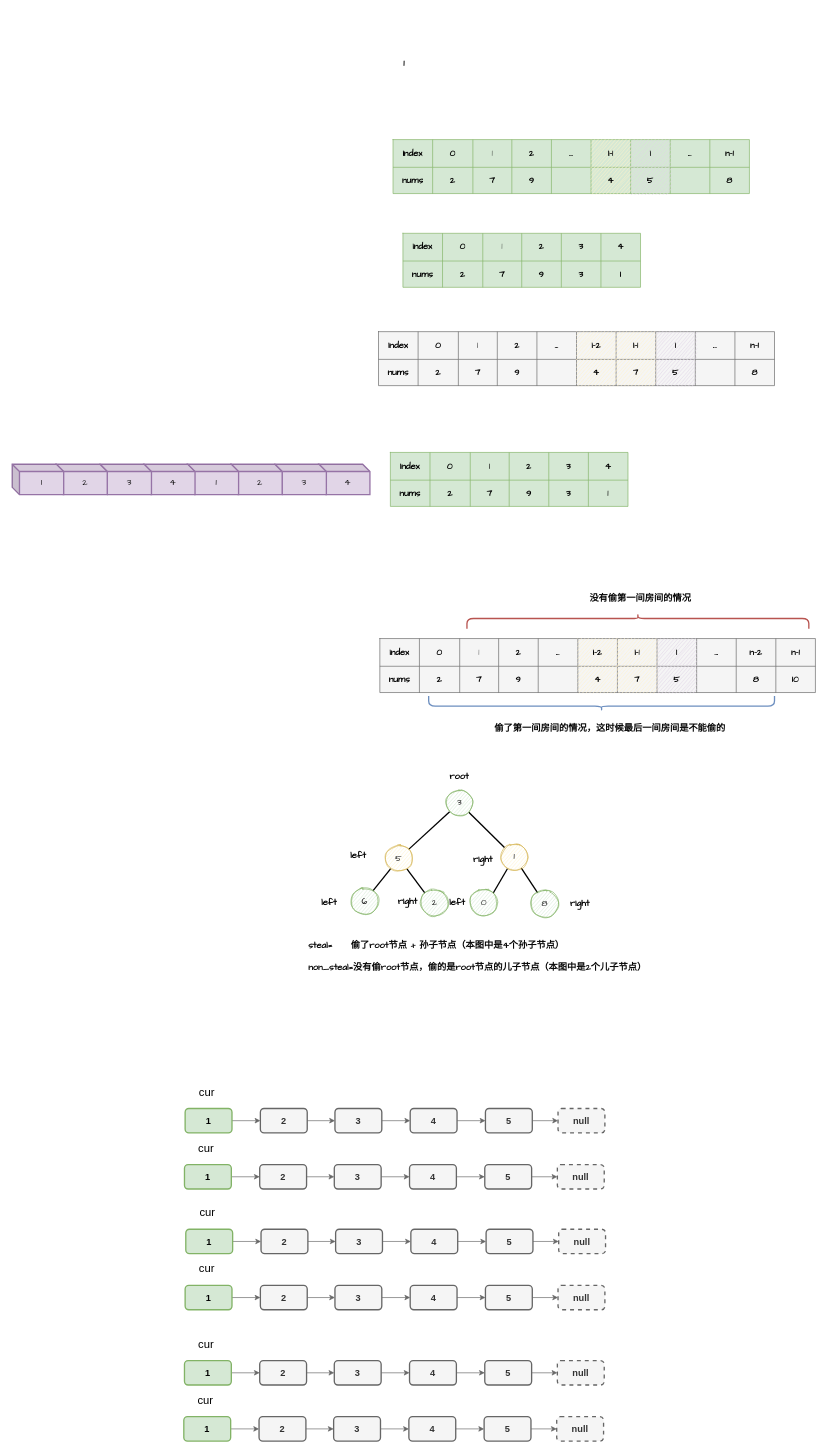
This is page "第 3 页" (3 of 3) of src/main/leetcode_manuscripts/draw_io/leetcode_A.drawio from wat1r/geek-algorithm-leetcode, a draw.io file, before an edit. Source tidied: cells renumbered, new cells numbered last; positions are measured from the earlier drawing's top-left corner, leaving out a move shared by most shapes. Both pictures are drawn from the tidied source at 66%, with x=0, y=0 at pixel (12, 11).
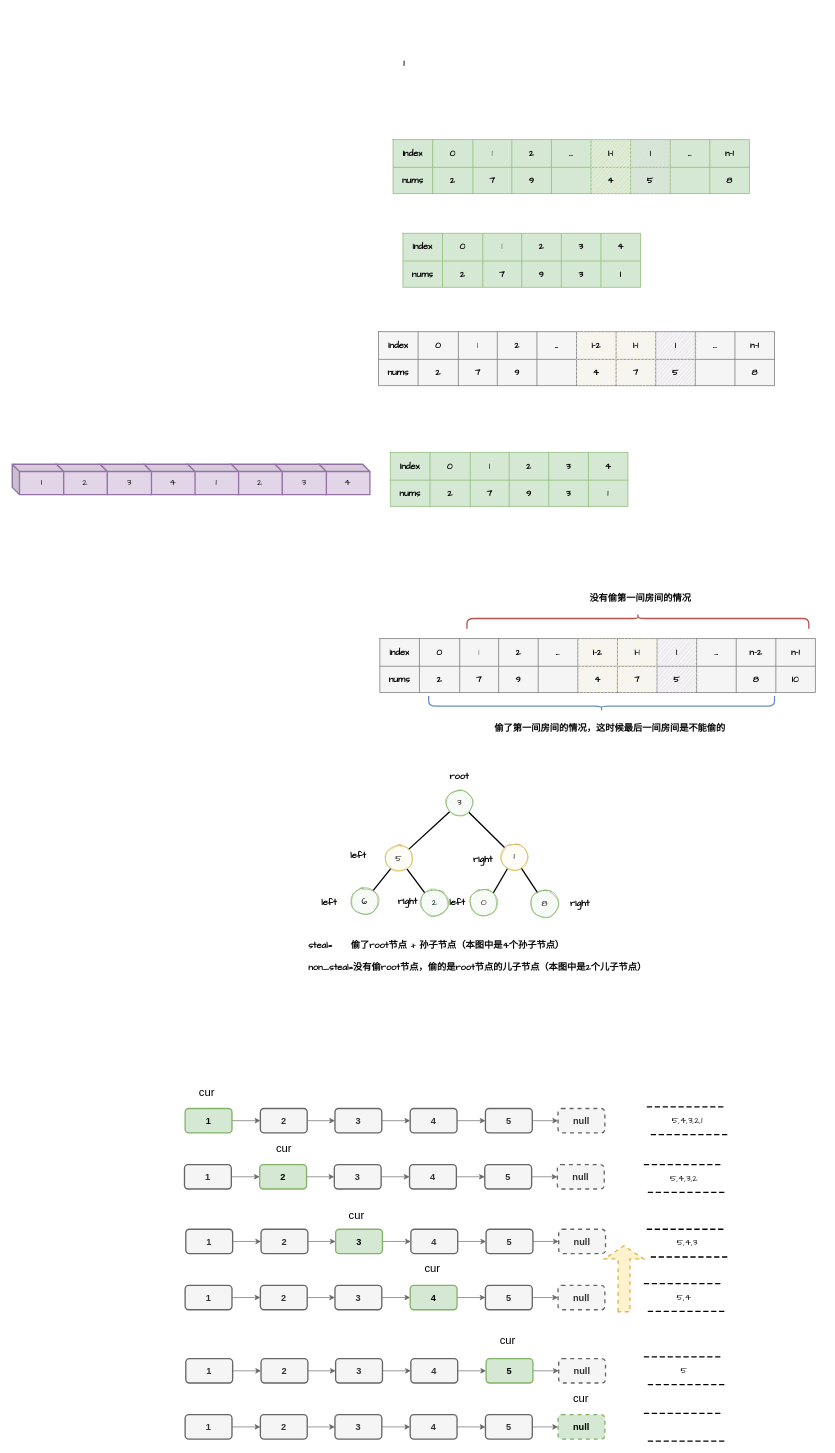
After the change.

Diff of the diagram source:
```diff
@@
-    <mxCell id="147" value="1" style="rounded=1;whiteSpace=wrap;html=1;fontSize=14;fontStyle=1;fontFamily=Helvetica;strokeWidth=2;fillColor=#d5e8d4;strokeColor=#82b366;" parent="1" vertex="1">
+    <mxCell id="147" value="1" style="rounded=1;whiteSpace=wrap;html=1;fontSize=14;fontStyle=1;fontFamily=Helvetica;strokeWidth=2;fillColor=#f5f5f5;strokeColor=#666666;fontColor=#333333;" parent="1" vertex="1">
       <mxGeometry x="261" y="1747" width="71" height="37" as="geometry" />
     </mxCell>
@@
-    <mxCell id="149" value="2" style="rounded=1;whiteSpace=wrap;html=1;fontSize=14;fontStyle=1;fontFamily=Helvetica;strokeWidth=2;fillColor=#f5f5f5;strokeColor=#666666;fontColor=#333333;" parent="1" vertex="1">
+    <mxCell id="149" value="2" style="rounded=1;whiteSpace=wrap;html=1;fontSize=14;fontStyle=1;fontFamily=Helvetica;strokeWidth=2;fillColor=#d5e8d4;strokeColor=#82b366;" parent="1" vertex="1">
       <mxGeometry x="375" y="1747" width="71" height="37" as="geometry" />
     </mxCell>
@@
     <mxCell id="155" value="cur" style="text;html=1;strokeColor=none;fillColor=none;align=center;verticalAlign=middle;whiteSpace=wrap;rounded=0;fontFamily=Helvetica;fontSize=17;" parent="1" vertex="1">
-      <mxGeometry x="274" y="1713" width="40" height="20" as="geometry" />
+      <mxGeometry x="391.5" y="1713" width="40" height="20" as="geometry" />
     </mxCell>
@@
-    <mxCell id="160" value="1" style="rounded=1;whiteSpace=wrap;html=1;fontSize=14;fontStyle=1;fontFamily=Helvetica;strokeWidth=2;fillColor=#d5e8d4;strokeColor=#82b366;" parent="1" vertex="1">
+    <mxCell id="160" value="1" style="rounded=1;whiteSpace=wrap;html=1;fontSize=14;fontStyle=1;fontFamily=Helvetica;strokeWidth=2;fillColor=#f5f5f5;strokeColor=#666666;fontColor=#333333;" parent="1" vertex="1">
       <mxGeometry x="263" y="1845" width="71" height="37" as="geometry" />
     </mxCell>
@@
-    <mxCell id="164" value="3" style="rounded=1;whiteSpace=wrap;html=1;fontSize=14;fontStyle=1;fontFamily=Helvetica;strokeWidth=2;fillColor=#f5f5f5;strokeColor=#666666;fontColor=#333333;" parent="1" vertex="1">
+    <mxCell id="164" value="3" style="rounded=1;whiteSpace=wrap;html=1;fontSize=14;fontStyle=1;fontFamily=Helvetica;strokeWidth=2;fillColor=#d5e8d4;strokeColor=#82b366;" parent="1" vertex="1">
       <mxGeometry x="490" y="1845" width="71" height="37" as="geometry" />
     </mxCell>
@@
     <mxCell id="169" value="cur" style="text;html=1;strokeColor=none;fillColor=none;align=center;verticalAlign=middle;whiteSpace=wrap;rounded=0;fontFamily=Helvetica;fontSize=17;" parent="1" vertex="1">
-      <mxGeometry x="276" y="1811" width="40" height="20" as="geometry" />
+      <mxGeometry x="502" y="1815" width="40" height="20" as="geometry" />
     </mxCell>
@@
-    <mxCell id="171" value="1" style="rounded=1;whiteSpace=wrap;html=1;fontSize=14;fontStyle=1;fontFamily=Helvetica;strokeWidth=2;fillColor=#d5e8d4;strokeColor=#82b366;" parent="1" vertex="1">
+    <mxCell id="171" value="1" style="rounded=1;whiteSpace=wrap;html=1;fontSize=14;fontStyle=1;fontFamily=Helvetica;strokeWidth=2;fillColor=#f5f5f5;strokeColor=#666666;fontColor=#333333;" parent="1" vertex="1">
       <mxGeometry x="262" y="1930" width="71" height="37" as="geometry" />
     </mxCell>
@@
-    <mxCell id="177" value="4" style="rounded=1;whiteSpace=wrap;html=1;fontSize=14;fontStyle=1;fontFamily=Helvetica;strokeWidth=2;fillColor=#f5f5f5;strokeColor=#666666;fontColor=#333333;" parent="1" vertex="1">
+    <mxCell id="177" value="4" style="rounded=1;whiteSpace=wrap;html=1;fontSize=14;fontStyle=1;fontFamily=Helvetica;strokeWidth=2;fillColor=#d5e8d4;strokeColor=#82b366;" parent="1" vertex="1">
       <mxGeometry x="603" y="1930" width="71" height="37" as="geometry" />
     </mxCell>
@@
     <mxCell id="179" value="cur" style="text;html=1;strokeColor=none;fillColor=none;align=center;verticalAlign=middle;whiteSpace=wrap;rounded=0;fontFamily=Helvetica;fontSize=17;" parent="1" vertex="1">
-      <mxGeometry x="275" y="1896" width="40" height="20" as="geometry" />
+      <mxGeometry x="616.5" y="1896" width="40" height="20" as="geometry" />
     </mxCell>
@@
-    <mxCell id="184" value="1" style="rounded=1;whiteSpace=wrap;html=1;fontSize=14;fontStyle=1;fontFamily=Helvetica;strokeWidth=2;fillColor=#d5e8d4;strokeColor=#82b366;" parent="1" vertex="1">
-      <mxGeometry x="261" y="2044" width="71" height="37" as="geometry" />
+    <mxCell id="184" value="1" style="rounded=1;whiteSpace=wrap;html=1;fontSize=14;fontStyle=1;fontFamily=Helvetica;strokeWidth=2;fillColor=#f5f5f5;strokeColor=#666666;fontColor=#333333;" parent="1" vertex="1">
+      <mxGeometry x="263" y="2041" width="71" height="37" as="geometry" />
     </mxCell>
@@
     <mxCell id="186" value="2" style="rounded=1;whiteSpace=wrap;html=1;fontSize=14;fontStyle=1;fontFamily=Helvetica;strokeWidth=2;fillColor=#f5f5f5;strokeColor=#666666;fontColor=#333333;" parent="1" vertex="1">
-      <mxGeometry x="375" y="2044" width="71" height="37" as="geometry" />
+      <mxGeometry x="377" y="2041" width="71" height="37" as="geometry" />
     </mxCell>
@@
     <mxCell id="188" value="3" style="rounded=1;whiteSpace=wrap;html=1;fontSize=14;fontStyle=1;fontFamily=Helvetica;strokeWidth=2;fillColor=#f5f5f5;strokeColor=#666666;fontColor=#333333;" parent="1" vertex="1">
-      <mxGeometry x="488" y="2044" width="71" height="37" as="geometry" />
+      <mxGeometry x="490" y="2041" width="71" height="37" as="geometry" />
     </mxCell>
@@
     <mxCell id="190" value="4" style="rounded=1;whiteSpace=wrap;html=1;fontSize=14;fontStyle=1;fontFamily=Helvetica;strokeWidth=2;fillColor=#f5f5f5;strokeColor=#666666;fontColor=#333333;" parent="1" vertex="1">
-      <mxGeometry x="602" y="2044" width="71" height="37" as="geometry" />
+      <mxGeometry x="604" y="2041" width="71" height="37" as="geometry" />
     </mxCell>
@@
-    <mxCell id="192" value="5" style="rounded=1;whiteSpace=wrap;html=1;fontSize=14;fontStyle=1;fontFamily=Helvetica;strokeWidth=2;fillColor=#f5f5f5;strokeColor=#666666;fontColor=#333333;" parent="1" vertex="1">
-      <mxGeometry x="716" y="2044" width="71" height="37" as="geometry" />
+    <mxCell id="192" value="5" style="rounded=1;whiteSpace=wrap;html=1;fontSize=14;fontStyle=1;fontFamily=Helvetica;strokeWidth=2;fillColor=#d5e8d4;strokeColor=#82b366;" parent="1" vertex="1">
+      <mxGeometry x="718" y="2041" width="71" height="37" as="geometry" />
     </mxCell>
     <mxCell id="193" value="cur" style="text;html=1;strokeColor=none;fillColor=none;align=center;verticalAlign=middle;whiteSpace=wrap;rounded=0;fontFamily=Helvetica;fontSize=17;" parent="1" vertex="1">
-      <mxGeometry x="274" y="2010" width="40" height="20" as="geometry" />
+      <mxGeometry x="731" y="2005" width="40" height="20" as="geometry" />
     </mxCell>
@@
-    <mxCell id="195" value="1" style="rounded=1;whiteSpace=wrap;html=1;fontSize=14;fontStyle=1;fontFamily=Helvetica;strokeWidth=2;fillColor=#d5e8d4;strokeColor=#82b366;" parent="1" vertex="1">
-      <mxGeometry x="260" y="2129" width="71" height="37" as="geometry" />
+    <mxCell id="195" value="1" style="rounded=1;whiteSpace=wrap;html=1;fontSize=14;fontStyle=1;fontFamily=Helvetica;strokeWidth=2;fillColor=#f5f5f5;strokeColor=#666666;fontColor=#333333;" parent="1" vertex="1">
+      <mxGeometry x="262" y="2126" width="71" height="37" as="geometry" />
     </mxCell>
@@
     <mxCell id="197" value="2" style="rounded=1;whiteSpace=wrap;html=1;fontSize=14;fontStyle=1;fontFamily=Helvetica;strokeWidth=2;fillColor=#f5f5f5;strokeColor=#666666;fontColor=#333333;" parent="1" vertex="1">
-      <mxGeometry x="374" y="2129" width="71" height="37" as="geometry" />
+      <mxGeometry x="376" y="2126" width="71" height="37" as="geometry" />
     </mxCell>
@@
     <mxCell id="199" value="3" style="rounded=1;whiteSpace=wrap;html=1;fontSize=14;fontStyle=1;fontFamily=Helvetica;strokeWidth=2;fillColor=#f5f5f5;strokeColor=#666666;fontColor=#333333;" parent="1" vertex="1">
-      <mxGeometry x="487" y="2129" width="71" height="37" as="geometry" />
+      <mxGeometry x="489" y="2126" width="71" height="37" as="geometry" />
     </mxCell>
@@
     <mxCell id="201" value="4" style="rounded=1;whiteSpace=wrap;html=1;fontSize=14;fontStyle=1;fontFamily=Helvetica;strokeWidth=2;fillColor=#f5f5f5;strokeColor=#666666;fontColor=#333333;" parent="1" vertex="1">
-      <mxGeometry x="601" y="2129" width="71" height="37" as="geometry" />
+      <mxGeometry x="603" y="2126" width="71" height="37" as="geometry" />
     </mxCell>
     <mxCell id="202" value="5" style="rounded=1;whiteSpace=wrap;html=1;fontSize=14;fontStyle=1;fontFamily=Helvetica;strokeWidth=2;fillColor=#f5f5f5;strokeColor=#666666;fontColor=#333333;" parent="1" vertex="1">
-      <mxGeometry x="715" y="2129" width="71" height="37" as="geometry" />
+      <mxGeometry x="717" y="2126" width="71" height="37" as="geometry" />
     </mxCell>
     <mxCell id="203" value="cur" style="text;html=1;strokeColor=none;fillColor=none;align=center;verticalAlign=middle;whiteSpace=wrap;rounded=0;fontFamily=Helvetica;fontSize=17;" parent="1" vertex="1">
-      <mxGeometry x="273" y="2095" width="40" height="20" as="geometry" />
+      <mxGeometry x="842" y="2092" width="40" height="20" as="geometry" />
     </mxCell>
     <mxCell id="204" value="null" style="rounded=1;whiteSpace=wrap;html=1;fontSize=14;fontStyle=1;fontFamily=Helvetica;strokeWidth=2;fillColor=#f5f5f5;strokeColor=#666666;fontColor=#333333;dashed=1;" parent="1" vertex="1">
-      <mxGeometry x="826" y="2044" width="71" height="37" as="geometry" />
+      <mxGeometry x="828" y="2041" width="71" height="37" as="geometry" />
     </mxCell>
     <mxCell id="205" style="rounded=0;jettySize=auto;html=1;fontFamily=Comic Sans MS;fontSize=14;strokeColor=#666666;" parent="1" edge="1" target="206">
       <mxGeometry relative="1" as="geometry">
-        <mxPoint x="786" y="2147.5" as="sourcePoint" />
+        <mxPoint x="788" y="2144.5" as="sourcePoint" />
       </mxGeometry>
     </mxCell>
-    <mxCell id="206" value="null" style="rounded=1;whiteSpace=wrap;html=1;fontSize=14;fontStyle=1;fontFamily=Helvetica;strokeWidth=2;fillColor=#f5f5f5;strokeColor=#666666;fontColor=#333333;dashed=1;" parent="1" vertex="1">
-      <mxGeometry x="825" y="2129" width="71" height="37" as="geometry" />
+    <mxCell id="206" value="null" style="rounded=1;whiteSpace=wrap;html=1;fontSize=14;fontStyle=1;fontFamily=Helvetica;strokeWidth=2;fillColor=#d5e8d4;strokeColor=#82b366;dashed=1;" parent="1" vertex="1">
+      <mxGeometry x="827" y="2126" width="71" height="37" as="geometry" />
     </mxCell>
+    <mxCell id="207" style="shape=partialRectangle;whiteSpace=wrap;html=1;left=0;right=0;fillColor=none;shadow=0;dashed=1;sketch=0;fontFamily=Comic Sans MS;fontSize=14;strokeColor=#000000;strokeWidth=2;" parent="1" vertex="1">
+      <mxGeometry x="958" y="2124" width="120" height="42" as="geometry" />
+    </mxCell>
+    <mxCell id="208" value="5" style="shape=partialRectangle;whiteSpace=wrap;html=1;left=0;right=0;fillColor=none;shadow=0;dashed=1;sketch=0;fontFamily=Comic Sans MS;fontSize=14;strokeColor=#000000;strokeWidth=2;" parent="1" vertex="1">
+      <mxGeometry x="958" y="2038.5" width="120" height="42" as="geometry" />
+    </mxCell>
+    <mxCell id="209" value="5,4" style="shape=partialRectangle;whiteSpace=wrap;html=1;left=0;right=0;fillColor=none;shadow=0;dashed=1;sketch=0;fontFamily=Comic Sans MS;fontSize=14;strokeColor=#000000;strokeWidth=2;" parent="1" vertex="1">
+      <mxGeometry x="958" y="1927.5" width="120" height="42" as="geometry" />
+    </mxCell>
+    <mxCell id="210" value="5,4,3" style="shape=partialRectangle;whiteSpace=wrap;html=1;left=0;right=0;fillColor=none;shadow=0;dashed=1;sketch=0;fontFamily=Comic Sans MS;fontSize=14;strokeColor=#000000;strokeWidth=2;" parent="1" vertex="1">
+      <mxGeometry x="962.5" y="1845" width="120" height="42" as="geometry" />
+    </mxCell>
+    <mxCell id="211" value="5,4,3,2" style="shape=partialRectangle;whiteSpace=wrap;html=1;left=0;right=0;fillColor=none;shadow=0;dashed=1;sketch=0;fontFamily=Comic Sans MS;fontSize=14;strokeColor=#000000;strokeWidth=2;" parent="1" vertex="1">
+      <mxGeometry x="958" y="1747" width="120" height="42" as="geometry" />
+    </mxCell>
+    <mxCell id="212" value="5,4,3,2,1" style="shape=partialRectangle;whiteSpace=wrap;html=1;left=0;right=0;fillColor=none;shadow=0;dashed=1;sketch=0;fontFamily=Comic Sans MS;fontSize=14;strokeColor=#000000;strokeWidth=2;" parent="1" vertex="1">
+      <mxGeometry x="962.5" y="1659.5" width="120" height="42" as="geometry" />
+    </mxCell>
+    <mxCell id="213" style="shape=singleArrow;whiteSpace=wrap;html=1;shadow=0;dashed=1;sketch=0;fontFamily=Comic Sans MS;fontSize=14;strokeColor=#d6b656;strokeWidth=2;fillColor=#fff2cc;rotation=270;" parent="1" vertex="1">
+      <mxGeometry x="877" y="1890" width="100" height="60" as="geometry" />
+    </mxCell>
```
